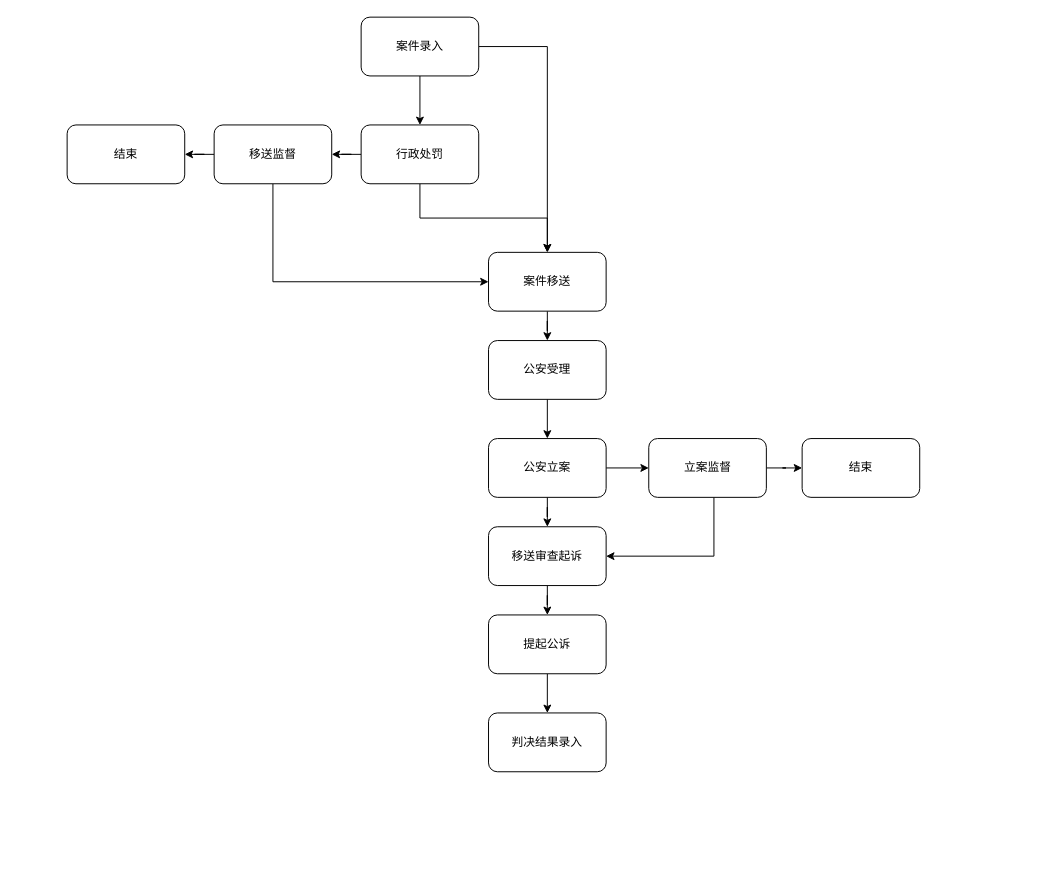
Before: Untitled Diagram.drawio in wxlicq/swagger-exp, a draw.io diagram. Source tidied: cells renumbered, new cells numbered last; positions are measured from the earlier drawing's top-left corner, leaving out a move shared by most shapes. Both pictures are drawn from the tidied source at 98%, with x=0, y=0 at pixel (67, 17).
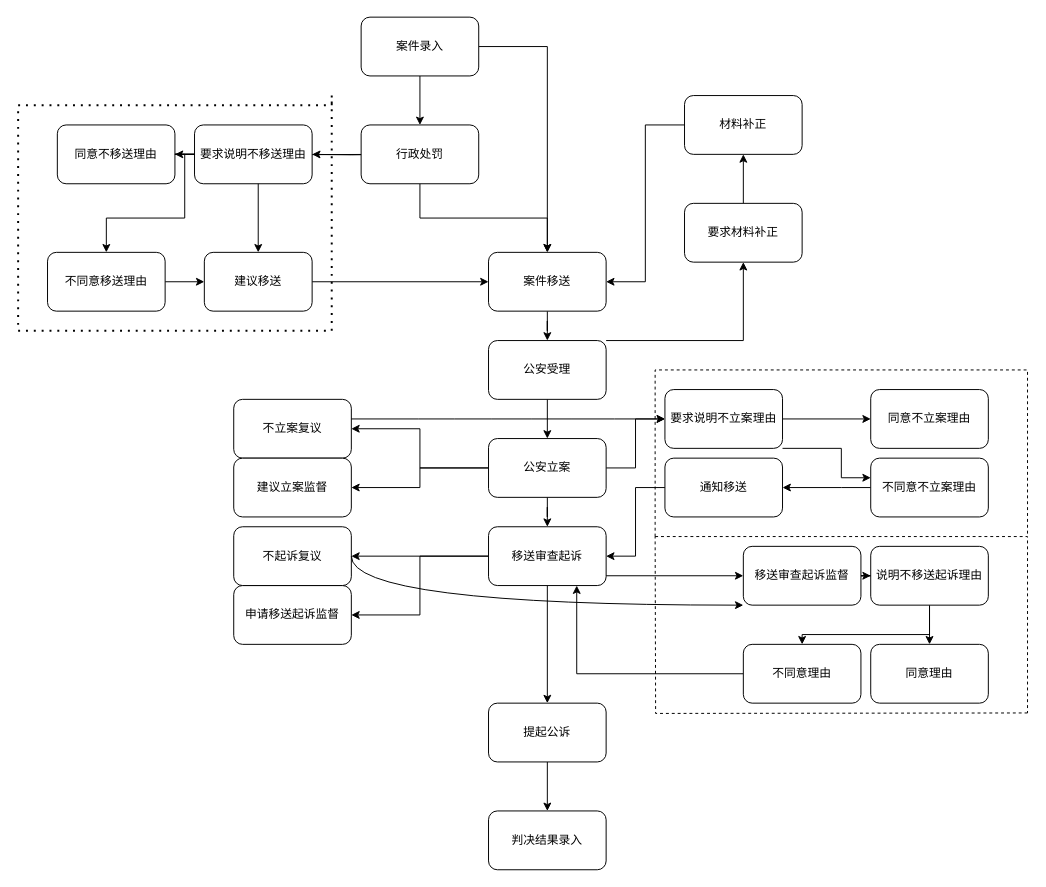
Above is the later version.

The change refers to these unchanged cells:
```xml
<mxCell id="7" value="行政处罚" style="rounded=1;whiteSpace=wrap;html=1;" parent="1" vertex="1">
  <mxGeometry x="300" y="110" width="120" height="60" as="geometry" />
</mxCell>
<mxCell id="9" value="案件移送" style="rounded=1;whiteSpace=wrap;html=1;" parent="1" vertex="1">
  <mxGeometry x="430" y="240" width="120" height="60" as="geometry" />
</mxCell>
<mxCell id="11" value="公安受理" style="rounded=1;whiteSpace=wrap;html=1;" parent="1" vertex="1">
  <mxGeometry x="430" y="330" width="120" height="60" as="geometry" />
</mxCell>
<mxCell id="14" value="公安立案" style="rounded=1;whiteSpace=wrap;html=1;" parent="1" vertex="1">
  <mxGeometry x="430" y="430" width="120" height="60" as="geometry" />
</mxCell>
<mxCell id="23" value="移送审查起诉" style="rounded=1;whiteSpace=wrap;html=1;" parent="1" vertex="1">
  <mxGeometry x="430" y="520" width="120" height="60" as="geometry" />
</mxCell>
```

Diff of the diagram source:
```diff
@@
-    <mxCell id="6" style="edgeStyle=orthogonalEdgeStyle;rounded=0;jettySize=auto;html=1;" parent="1" edge="1" source="7" target="17">
-      <mxGeometry relative="1" as="geometry" />
+    <mxCell id="6" style="edgeStyle=orthogonalEdgeStyle;rounded=0;jettySize=auto;html=1;" parent="1" edge="1" target="18">
+      <mxGeometry relative="1" as="geometry">
+        <mxPoint x="330" y="140" as="sourcePoint" />
+      </mxGeometry>
     </mxCell>
+    <mxCell id="28" style="edgeStyle=orthogonalEdgeStyle;rounded=0;jettySize=auto;html=1;entryX=0.5;entryY=0;entryDx=0;entryDy=0;" parent="1" edge="1" target="39">
+      <mxGeometry relative="1" as="geometry">
+        <mxPoint x="330" y="140" as="sourcePoint" />
+      </mxGeometry>
+    </mxCell>
@@
+    <mxCell id="29" style="edgeStyle=orthogonalEdgeStyle;rounded=0;jettySize=auto;html=1;" parent="1" edge="1" source="11" target="43">
+      <mxGeometry relative="1" as="geometry">
+        <Array as="points">
+          <mxPoint x="690" y="330" />
+        </Array>
+      </mxGeometry>
+    </mxCell>
@@
+    <mxCell id="30" style="edgeStyle=orthogonalEdgeStyle;rounded=0;jettySize=auto;html=1;" parent="1" edge="1" source="14" target="46">
+      <mxGeometry relative="1" as="geometry" />
+    </mxCell>
+    <mxCell id="31" style="edgeStyle=orthogonalEdgeStyle;rounded=0;jettySize=auto;html=1;exitX=0;exitY=0.5;exitDx=0;exitDy=0;" parent="1" edge="1" source="14" target="51">
+      <mxGeometry relative="1" as="geometry" />
+    </mxCell>
@@
-    <mxCell id="15" style="edgeStyle=orthogonalEdgeStyle;rounded=0;jettySize=auto;html=1;exitX=0.5;exitY=1;exitDx=0;exitDy=0;entryX=0;entryY=0.5;entryDx=0;entryDy=0;" parent="1" edge="1" source="17" target="9">
-      <mxGeometry relative="1" as="geometry" />
-    </mxCell>
-    <mxCell id="16" style="edgeStyle=orthogonalEdgeStyle;rounded=0;jettySize=auto;html=1;" parent="1" edge="1" source="17" target="18">
-      <mxGeometry relative="1" as="geometry" />
-    </mxCell>
-    <mxCell id="17" value="移送监督" style="rounded=1;whiteSpace=wrap;html=1;" parent="1" vertex="1">
-      <mxGeometry x="150" y="110" width="120" height="60" as="geometry" />
-    </mxCell>
+    <mxCell id="32" style="edgeStyle=orthogonalEdgeStyle;rounded=0;jettySize=auto;html=1;" parent="1" edge="1" source="18" target="66">
+      <mxGeometry relative="1" as="geometry" />
+    </mxCell>
+    <mxCell id="33" style="edgeStyle=orthogonalEdgeStyle;rounded=0;jettySize=auto;html=1;startArrow=none;" parent="1" edge="1" source="66" target="41">
+      <mxGeometry relative="1" as="geometry">
+        <Array as="points">
+          <mxPoint x="120" y="140" />
+          <mxPoint x="120" y="205" />
+          <mxPoint x="40" y="205" />
+        </Array>
+      </mxGeometry>
+    </mxCell>
-    <mxCell id="18" value="结束" style="rounded=1;whiteSpace=wrap;html=1;" parent="1" vertex="1">
-      <mxGeometry y="110" width="120" height="60" as="geometry" />
+    <mxCell id="18" value="要求说明不移送理由" style="rounded=1;whiteSpace=wrap;html=1;" parent="1" vertex="1">
+      <mxGeometry x="130" y="110" width="120" height="60" as="geometry" />
     </mxCell>
-    <mxCell id="19" style="edgeStyle=orthogonalEdgeStyle;rounded=0;jettySize=auto;html=1;entryX=1;entryY=0.5;entryDx=0;entryDy=0;" parent="1" edge="1" source="21" target="23">
-      <mxGeometry relative="1" as="geometry">
-        <Array as="points">
-          <mxPoint x="660" y="550" />
-        </Array>
-      </mxGeometry>
-    </mxCell>
@@
+    <mxCell id="34" style="edgeStyle=orthogonalEdgeStyle;rounded=0;jettySize=auto;html=1;" parent="1" edge="1" source="21" target="48">
+      <mxGeometry relative="1" as="geometry">
+        <Array as="points">
+          <mxPoint x="790" y="440" />
+          <mxPoint x="790" y="470" />
+        </Array>
+      </mxGeometry>
+    </mxCell>
-    <mxCell id="21" value="立案监督" style="rounded=1;whiteSpace=wrap;html=1;" parent="1" vertex="1">
-      <mxGeometry x="593.5" y="430" width="120" height="60" as="geometry" />
+    <mxCell id="21" value="要求说明不立案理由" style="rounded=1;whiteSpace=wrap;html=1;" parent="1" vertex="1">
+      <mxGeometry x="610" y="380" width="120" height="60" as="geometry" />
     </mxCell>
@@
+    <mxCell id="35" style="edgeStyle=orthogonalEdgeStyle;rounded=0;jettySize=auto;html=1;" parent="1" edge="1" source="23" target="52">
+      <mxGeometry relative="1" as="geometry" />
+    </mxCell>
+    <mxCell id="36" style="edgeStyle=orthogonalEdgeStyle;rounded=0;jettySize=auto;html=1;exitX=0;exitY=0.5;exitDx=0;exitDy=0;entryX=1;entryY=0.5;entryDx=0;entryDy=0;" parent="1" edge="1" source="23" target="53">
+      <mxGeometry relative="1" as="geometry" />
+    </mxCell>
+    <mxCell id="37" style="edgeStyle=orthogonalEdgeStyle;rounded=0;jettySize=auto;html=1;exitX=0.75;exitY=1;exitDx=0;exitDy=0;entryX=0;entryY=0.5;entryDx=0;entryDy=0;" parent="1" edge="1" source="23" target="56">
+      <mxGeometry relative="1" as="geometry">
+        <Array as="points">
+          <mxPoint x="520" y="570" />
+        </Array>
+      </mxGeometry>
+    </mxCell>
@@
     <mxCell id="25" value="提起公诉" style="rounded=1;whiteSpace=wrap;html=1;" parent="1" vertex="1">
-      <mxGeometry x="430" y="610" width="120" height="60" as="geometry" />
+      <mxGeometry x="430" y="700" width="120" height="60" as="geometry" />
     </mxCell>
     <mxCell id="26" value="判决结果录入" style="rounded=1;whiteSpace=wrap;html=1;" parent="1" vertex="1">
-      <mxGeometry x="430" y="710" width="120" height="60" as="geometry" />
+      <mxGeometry x="430" y="810" width="120" height="60" as="geometry" />
     </mxCell>
-    <mxCell id="27" value="结束" style="rounded=1;whiteSpace=wrap;html=1;" parent="1" vertex="1">
-      <mxGeometry x="750" y="430" width="120" height="60" as="geometry" />
+    <mxCell id="27" value="同意不立案理由" style="rounded=1;whiteSpace=wrap;html=1;" parent="1" vertex="1">
+      <mxGeometry x="820" y="380" width="120" height="60" as="geometry" />
     </mxCell>
+    <mxCell id="38" style="edgeStyle=orthogonalEdgeStyle;rounded=0;jettySize=auto;html=1;entryX=0;entryY=0.5;entryDx=0;entryDy=0;" parent="1" edge="1" source="39" target="9">
+      <mxGeometry relative="1" as="geometry" />
+    </mxCell>
+    <mxCell id="39" value="建议移送" style="rounded=1;whiteSpace=wrap;html=1;" parent="1" vertex="1">
+      <mxGeometry x="140" y="240" width="110" height="60" as="geometry" />
+    </mxCell>
+    <mxCell id="40" style="edgeStyle=orthogonalEdgeStyle;rounded=0;jettySize=auto;html=1;" parent="1" edge="1" source="41" target="39">
+      <mxGeometry relative="1" as="geometry" />
+    </mxCell>
+    <mxCell id="41" value="不同意移送理由" style="rounded=1;whiteSpace=wrap;html=1;" parent="1" vertex="1">
+      <mxGeometry x="-20" y="240" width="120" height="60" as="geometry" />
+    </mxCell>
+    <mxCell id="42" style="edgeStyle=orthogonalEdgeStyle;rounded=0;jettySize=auto;html=1;" parent="1" edge="1" source="43" target="45">
+      <mxGeometry relative="1" as="geometry" />
+    </mxCell>
+    <mxCell id="43" value="要求材料补正" style="rounded=1;whiteSpace=wrap;html=1;" parent="1" vertex="1">
+      <mxGeometry x="630" y="190" width="120" height="60" as="geometry" />
+    </mxCell>
+    <mxCell id="44" style="edgeStyle=orthogonalEdgeStyle;rounded=0;jettySize=auto;html=1;entryX=1;entryY=0.5;entryDx=0;entryDy=0;" parent="1" edge="1" source="45" target="9">
+      <mxGeometry relative="1" as="geometry" />
+    </mxCell>
+    <mxCell id="45" value="材料补正" style="rounded=1;whiteSpace=wrap;html=1;" parent="1" vertex="1">
+      <mxGeometry x="630" y="80" width="120" height="60" as="geometry" />
+    </mxCell>
+    <mxCell id="46" value="不立案复议" style="rounded=1;whiteSpace=wrap;html=1;" parent="1" vertex="1">
+      <mxGeometry x="170" y="390" width="120" height="60" as="geometry" />
+    </mxCell>
+    <mxCell id="47" style="edgeStyle=orthogonalEdgeStyle;rounded=0;jettySize=auto;html=1;" parent="1" edge="1" source="48" target="50">
+      <mxGeometry relative="1" as="geometry">
+        <Array as="points">
+          <mxPoint x="790" y="480" />
+          <mxPoint x="790" y="480" />
+        </Array>
+      </mxGeometry>
+    </mxCell>
+    <mxCell id="48" value="不同意不立案理由" style="rounded=1;whiteSpace=wrap;html=1;" parent="1" vertex="1">
+      <mxGeometry x="820" y="450" width="120" height="60" as="geometry" />
+    </mxCell>
+    <mxCell id="49" style="edgeStyle=orthogonalEdgeStyle;rounded=0;jettySize=auto;html=1;entryX=1;entryY=0.5;entryDx=0;entryDy=0;" parent="1" edge="1" source="50" target="23">
+      <mxGeometry relative="1" as="geometry" />
+    </mxCell>
+    <mxCell id="50" value="通知移送" style="rounded=1;whiteSpace=wrap;html=1;" parent="1" vertex="1">
+      <mxGeometry x="610" y="450" width="120" height="60" as="geometry" />
+    </mxCell>
+    <mxCell id="51" value="建议立案监督" style="rounded=1;whiteSpace=wrap;html=1;" parent="1" vertex="1">
+      <mxGeometry x="170" y="450" width="120" height="60" as="geometry" />
+    </mxCell>
+    <mxCell id="52" value="申请移送起诉监督" style="rounded=1;whiteSpace=wrap;html=1;" parent="1" vertex="1">
+      <mxGeometry x="170" y="580" width="120" height="60" as="geometry" />
+    </mxCell>
+    <mxCell id="53" value="不起诉复议" style="rounded=1;whiteSpace=wrap;html=1;" parent="1" vertex="1">
+      <mxGeometry x="170" y="520" width="120" height="60" as="geometry" />
+    </mxCell>
+    <mxCell id="54" style="endArrow=none;dashed=1;html=1;dashPattern=1 3;strokeWidth=2;rounded=0;edgeStyle=orthogonalEdgeStyle;" parent="1" edge="1">
+      <mxGeometry relative="1" as="geometry">
+        <mxPoint x="270" y="80" as="sourcePoint" />
+        <mxPoint x="270" y="80" as="targetPoint" />
+        <Array as="points">
+          <mxPoint x="270" y="90" />
+          <mxPoint x="-50" y="90" />
+          <mxPoint x="-50" y="320" />
+          <mxPoint x="270" y="320" />
+        </Array>
+      </mxGeometry>
+    </mxCell>
+    <mxCell id="55" style="edgeStyle=orthogonalEdgeStyle;rounded=0;jettySize=auto;html=1;" parent="1" edge="1" source="56" target="59">
+      <mxGeometry relative="1" as="geometry" />
+    </mxCell>
+    <mxCell id="56" value="移送审查起诉监督" style="rounded=1;whiteSpace=wrap;html=1;" parent="1" vertex="1">
+      <mxGeometry x="690" y="540" width="120" height="60" as="geometry" />
+    </mxCell>
+    <mxCell id="57" style="edgeStyle=orthogonalEdgeStyle;rounded=0;jettySize=auto;html=1;" parent="1" edge="1" source="59" target="61">
+      <mxGeometry relative="1" as="geometry">
+        <Array as="points">
+          <mxPoint x="880" y="630" />
+          <mxPoint x="750" y="630" />
+        </Array>
+      </mxGeometry>
+    </mxCell>
+    <mxCell id="58" style="edgeStyle=orthogonalEdgeStyle;rounded=0;jettySize=auto;html=1;" parent="1" edge="1" source="59" target="62">
+      <mxGeometry relative="1" as="geometry" />
+    </mxCell>
+    <mxCell id="59" value="说明不移送起诉理由" style="rounded=1;whiteSpace=wrap;html=1;" parent="1" vertex="1">
+      <mxGeometry x="820" y="540" width="120" height="60" as="geometry" />
+    </mxCell>
+    <mxCell id="60" style="edgeStyle=orthogonalEdgeStyle;rounded=0;jettySize=auto;html=1;entryX=0.75;entryY=1;entryDx=0;entryDy=0;" parent="1" edge="1" source="61" target="23">
+      <mxGeometry relative="1" as="geometry" />
+    </mxCell>
+    <mxCell id="61" value="不同意理由" style="rounded=1;whiteSpace=wrap;html=1;" parent="1" vertex="1">
+      <mxGeometry x="690" y="640" width="120" height="60" as="geometry" />
+    </mxCell>
+    <mxCell id="62" value="&lt;span&gt;同意理由&lt;/span&gt;" style="rounded=1;whiteSpace=wrap;html=1;" parent="1" vertex="1">
+      <mxGeometry x="820" y="640" width="120" height="60" as="geometry" />
+    </mxCell>
+    <mxCell id="63" style="endArrow=none;dashed=1;html=1;rounded=0;edgeStyle=orthogonalEdgeStyle;" parent="1" edge="1">
+      <mxGeometry relative="1" as="geometry">
+        <mxPoint x="600" y="530" as="sourcePoint" />
+        <mxPoint x="980" y="710" as="targetPoint" />
+        <Array as="points">
+          <mxPoint x="980" y="530" />
+        </Array>
+      </mxGeometry>
+    </mxCell>
+    <mxCell id="64" style="endArrow=none;dashed=1;html=1;rounded=0;edgeStyle=orthogonalEdgeStyle;" parent="1" edge="1">
+      <mxGeometry relative="1" as="geometry">
+        <mxPoint x="980" y="710" as="sourcePoint" />
+        <mxPoint x="600" y="530" as="targetPoint" />
+      </mxGeometry>
+    </mxCell>
+    <mxCell id="65" style="endArrow=none;dashed=1;html=1;rounded=0;edgeStyle=orthogonalEdgeStyle;" parent="1" edge="1">
+      <mxGeometry relative="1" as="geometry">
+        <mxPoint x="600" y="530" as="sourcePoint" />
+        <mxPoint x="980" y="530" as="targetPoint" />
+        <Array as="points">
+          <mxPoint x="600" y="360" />
+          <mxPoint x="980" y="360" />
+        </Array>
+      </mxGeometry>
+    </mxCell>
+    <mxCell id="66" value="同意不移送理由" style="rounded=1;whiteSpace=wrap;html=1;" parent="1" vertex="1">
+      <mxGeometry x="-10" y="110" width="120" height="60" as="geometry" />
+    </mxCell>
+    <mxCell id="67" style="edgeStyle=orthogonalEdgeStyle;rounded=0;jettySize=auto;html=1;endArrow=none;" parent="1" edge="1" source="18" target="66">
+      <mxGeometry relative="1" as="geometry" />
+    </mxCell>
+    <mxCell id="68" style="curved=1;endArrow=classic;html=1;rounded=0;edgeStyle=orthogonalEdgeStyle;" parent="1" edge="1" source="46" target="21">
+      <mxGeometry relative="1" as="geometry">
+        <Array as="points">
+          <mxPoint x="420" y="410" />
+          <mxPoint x="420" y="410" />
+        </Array>
+      </mxGeometry>
+    </mxCell>
+    <mxCell id="69" style="curved=1;endArrow=classic;html=1;rounded=0;edgeStyle=orthogonalEdgeStyle;exitX=1;exitY=0.5;exitDx=0;exitDy=0;" parent="1" edge="1" source="53" target="56">
+      <mxGeometry relative="1" as="geometry">
+        <Array as="points">
+          <mxPoint x="290" y="600" />
+        </Array>
+      </mxGeometry>
+    </mxCell>
```
